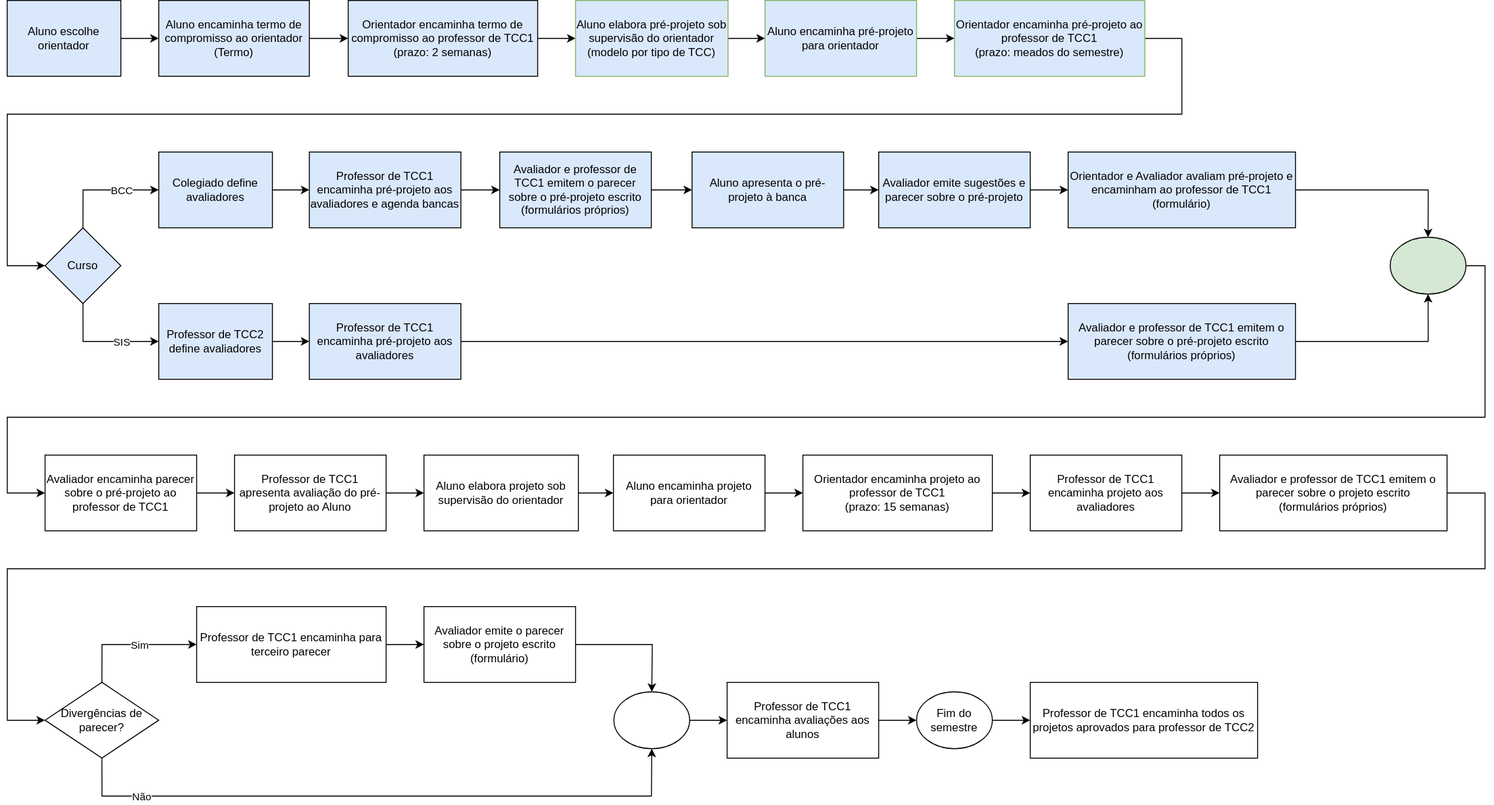
The draw.io diagram Cronogramas/cronogramaFluxograma.drawio.svg in dalton-reis/disciplina_TCC1_Privado, before a commit. Source tidied: cells renumbered, new cells last; positions are measured from the earlier drawing's top-left corner, leaving out a move shared by most shapes.
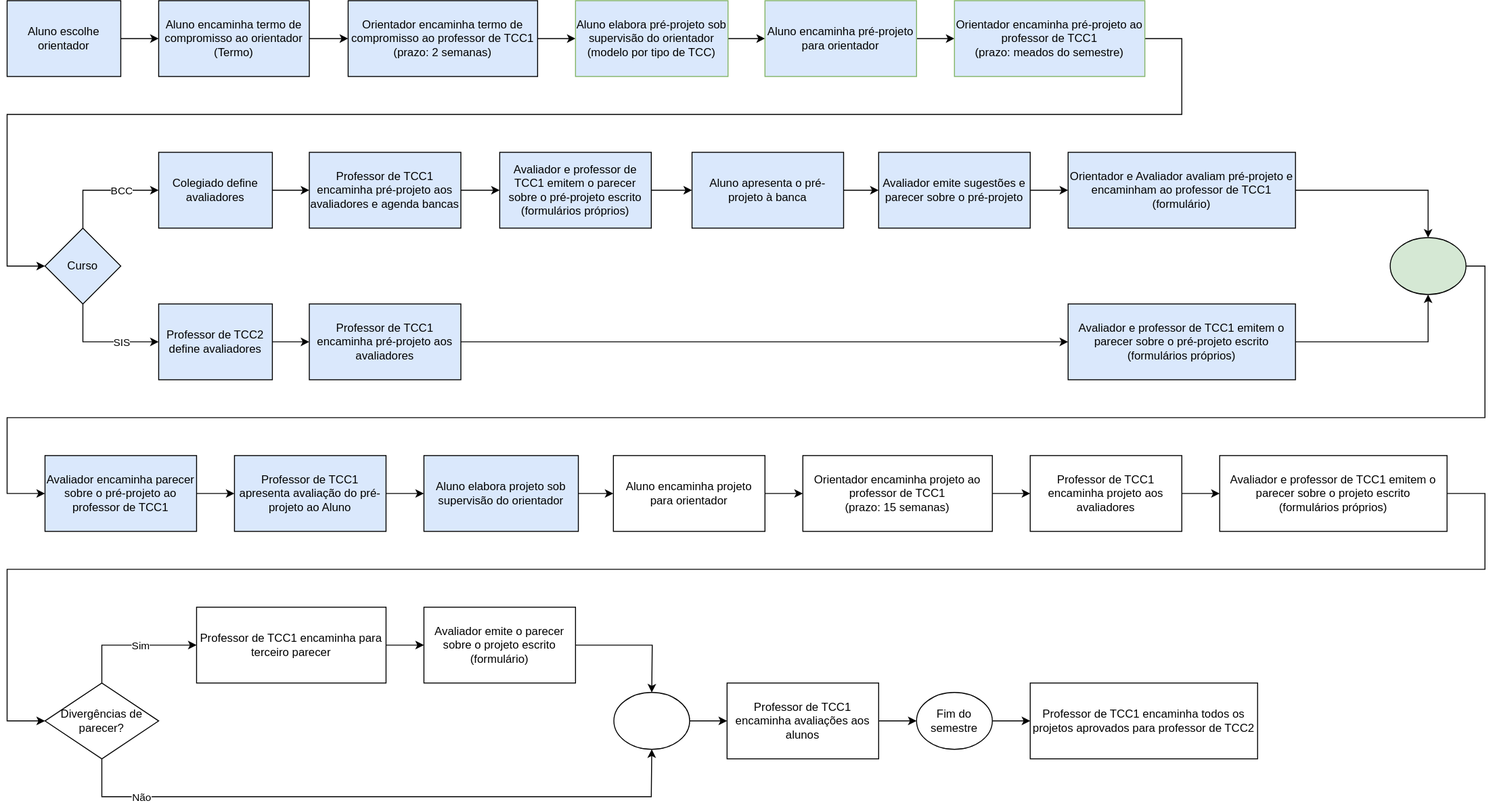
After the commit.

The edit, as a diff of the source:
```diff
@@ -139,7 +139,7 @@
     <mxCell id="38" style="edgeStyle=orthogonalEdgeStyle;rounded=0;jettySize=auto;html=1;fontColor=#000000;" parent="1" edge="1" source="39" target="42">
       <mxGeometry relative="1" as="geometry" />
     </mxCell>
-    <mxCell id="39" value="Avaliador encaminha parecer sobre o pré-projeto ao professor de TCC1" style="whiteSpace=wrap;html=1;fillColor=default;strokeColor=default;fontColor=#000000;" parent="1" vertex="1">
+    <mxCell id="39" value="Avaliador encaminha parecer sobre o pré-projeto ao professor de TCC1" style="whiteSpace=wrap;html=1;fillColor=#DAE8FC;strokeColor=default;fontColor=#000000;" parent="1" vertex="1">
       <mxGeometry x="40" y="480" width="160" height="80" as="geometry" />
     </mxCell>
     <mxCell id="40" value="Avaliador e professor de TCC1 emitem o parecer sobre o pré-projeto escrito&lt;br&gt;(formulários próprios)" style="whiteSpace=wrap;html=1;fillColor=#DAE8FC;strokeColor=default;fontColor=#000000;" parent="1" vertex="1">
@@ -148,13 +148,13 @@
     <mxCell id="41" style="edgeStyle=orthogonalEdgeStyle;rounded=0;jettySize=auto;html=1;fontColor=#000000;" parent="1" edge="1" source="42" target="44">
       <mxGeometry relative="1" as="geometry" />
     </mxCell>
-    <mxCell id="42" value="Professor de TCC1 apresenta avaliação do pré-projeto ao Aluno" style="whiteSpace=wrap;html=1;fillColor=default;strokeColor=default;fontColor=#000000;" parent="1" vertex="1">
+    <mxCell id="42" value="Professor de TCC1 apresenta avaliação do pré-projeto ao Aluno" style="whiteSpace=wrap;html=1;fillColor=#DAE8FC;strokeColor=default;fontColor=#000000;" parent="1" vertex="1">
       <mxGeometry x="240" y="480" width="160" height="80" as="geometry" />
     </mxCell>
     <mxCell id="43" style="edgeStyle=orthogonalEdgeStyle;rounded=0;jettySize=auto;html=1;fontColor=#000000;" parent="1" edge="1" source="44" target="46">
       <mxGeometry relative="1" as="geometry" />
     </mxCell>
-    <mxCell id="44" value="Aluno elabora projeto sob supervisão do orientador" style="whiteSpace=wrap;html=1;fontColor=#000000;" parent="1" vertex="1">
+    <mxCell id="44" value="Aluno elabora projeto sob supervisão do orientador" style="whiteSpace=wrap;html=1;fontColor=#000000;fillColor=#DAE8FC;" parent="1" vertex="1">
       <mxGeometry x="440" y="480" width="163" height="80" as="geometry" />
     </mxCell>
     <mxCell id="45" style="edgeStyle=orthogonalEdgeStyle;rounded=0;jettySize=auto;html=1;fontColor=#000000;" parent="1" edge="1" source="46" target="48">
```
